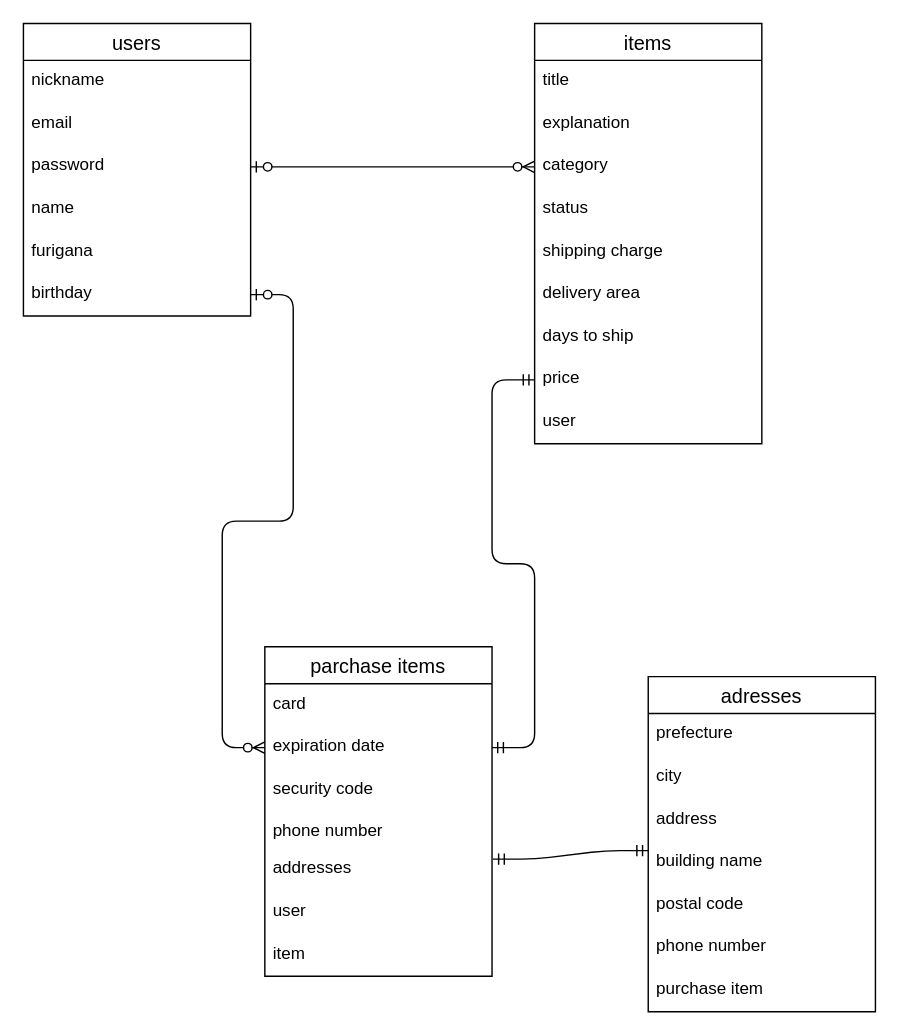
masanaring/furima-31489 keeps this draw.io diagram as database.dio. Above is the earlier version. Source tidied: cells renumbered, new cells numbered last; positions are measured from the earlier drawing's top-left corner, leaving out a move shared by most shapes. Both pictures are drawn from the tidied source at 142%, with x=0, y=0 at pixel (23, 23).
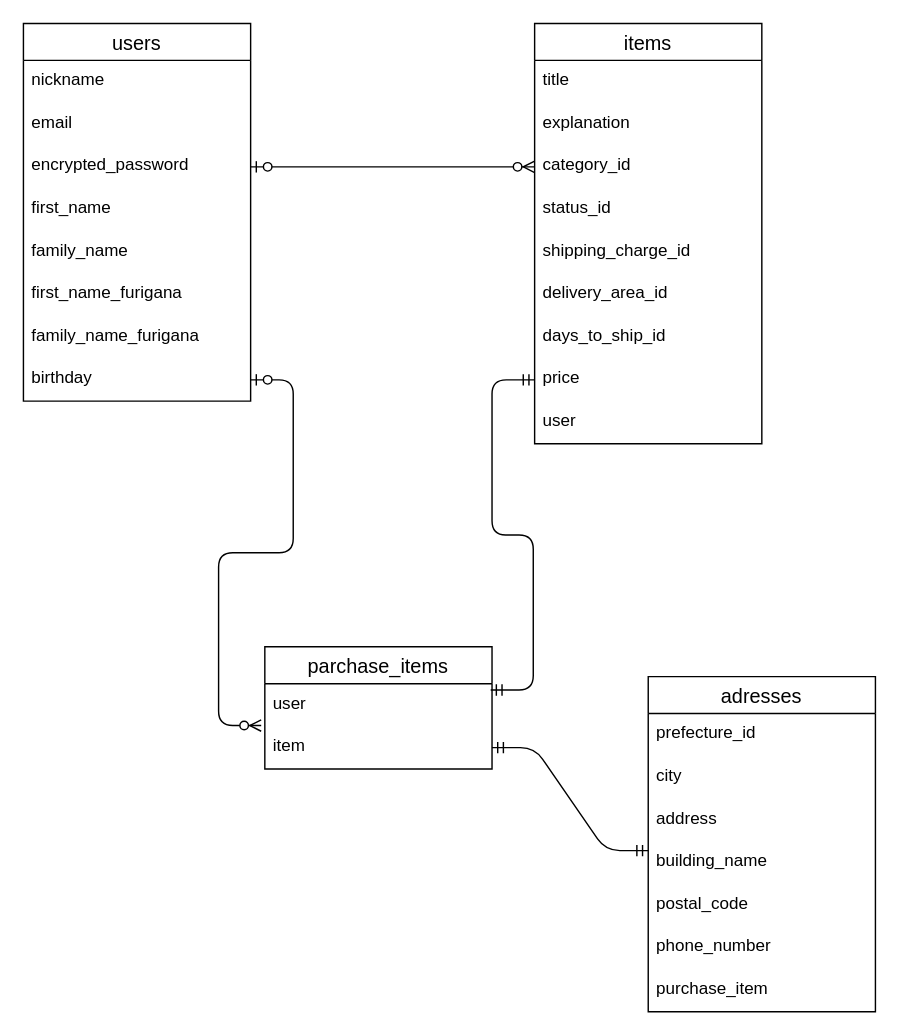
After the change.

Commit message (it also covers changes not shown here):
データベースの設計（修正2回目）

The change refers to these unchanged cells:
```xml
<mxCell id="9" value="items" style="swimlane;fontStyle=0;horizontal=1;startSize=26;align=center;fontSize=14;" parent="1" vertex="1">
  <mxGeometry x="360" width="160" height="296" as="geometry" />
</mxCell>
<mxCell id="17" value="price" style="text;strokeColor=none;fillColor=none;spacingLeft=4;spacingRight=4;overflow=hidden;points=[[0,0.5],[1,0.5]];portConstraint=eastwest;fontSize=12;" parent="9" vertex="1">
  <mxGeometry y="236" width="160" height="30" as="geometry" />
</mxCell>
<mxCell id="30" value="adresses" style="swimlane;fontStyle=0;horizontal=1;startSize=26;align=center;fontSize=14;" parent="1" vertex="1">
  <mxGeometry x="440" y="460" width="160" height="236" as="geometry" />
</mxCell>
```

What changed in the source:
```diff
@@
     <mxCell id="2" value="users" style="swimlane;fontStyle=0;horizontal=1;startSize=26;align=center;fontSize=14;" parent="1" vertex="1">
-      <mxGeometry width="160" height="206" as="geometry" />
+      <mxGeometry width="160" height="266" as="geometry" />
     </mxCell>
@@
-    <mxCell id="5" value="password" style="text;strokeColor=none;fillColor=none;spacingLeft=4;spacingRight=4;overflow=hidden;points=[[0,0.5],[1,0.5]];portConstraint=eastwest;fontSize=12;" parent="2" vertex="1">
+    <mxCell id="5" value="encrypted_password" style="text;strokeColor=none;fillColor=none;spacingLeft=4;spacingRight=4;overflow=hidden;points=[[0,0.5],[1,0.5]];portConstraint=eastwest;fontSize=12;" parent="2" vertex="1">
       <mxGeometry y="86" width="160" height="30" as="geometry" />
     </mxCell>
-    <mxCell id="6" value="name" style="text;strokeColor=none;fillColor=none;spacingLeft=4;spacingRight=4;overflow=hidden;fontSize=12;" parent="2" vertex="1">
+    <mxCell id="6" value="first_name" style="text;strokeColor=none;fillColor=none;spacingLeft=4;spacingRight=4;overflow=hidden;fontSize=12;" parent="2" vertex="1">
       <mxGeometry y="116" width="160" height="30" as="geometry" />
     </mxCell>
+    <mxCell id="39" value="family_name" style="text;strokeColor=none;fillColor=none;spacingLeft=4;spacingRight=4;overflow=hidden;fontSize=12;" parent="2" vertex="1">
+      <mxGeometry y="146" width="160" height="30" as="geometry" />
+    </mxCell>
+    <mxCell id="40" value="first_name_furigana" style="text;strokeColor=none;fillColor=none;spacingLeft=4;spacingRight=4;overflow=hidden;fontSize=12;" parent="2" vertex="1">
+      <mxGeometry y="176" width="160" height="30" as="geometry" />
+    </mxCell>
-    <mxCell id="7" value="furigana" style="text;strokeColor=none;fillColor=none;spacingLeft=4;spacingRight=4;overflow=hidden;fontSize=12;" parent="2" vertex="1">
-      <mxGeometry y="146" width="160" height="30" as="geometry" />
+    <mxCell id="7" value="family_name_furigana" style="text;strokeColor=none;fillColor=none;spacingLeft=4;spacingRight=4;overflow=hidden;fontSize=12;" parent="2" vertex="1">
+      <mxGeometry y="206" width="160" height="30" as="geometry" />
     </mxCell>
     <mxCell id="8" value="birthday" style="text;strokeColor=none;fillColor=none;spacingLeft=4;spacingRight=4;overflow=hidden;points=[[0,0.5],[1,0.5]];portConstraint=eastwest;fontSize=12;" parent="2" vertex="1">
-      <mxGeometry y="176" width="160" height="30" as="geometry" />
+      <mxGeometry y="236" width="160" height="30" as="geometry" />
     </mxCell>
@@
-    <mxCell id="12" value="category" style="text;strokeColor=none;fillColor=none;spacingLeft=4;spacingRight=4;overflow=hidden;points=[[0,0.5],[1,0.5]];portConstraint=eastwest;fontSize=12;" parent="9" vertex="1">
+    <mxCell id="12" value="category_id" style="text;strokeColor=none;fillColor=none;spacingLeft=4;spacingRight=4;overflow=hidden;points=[[0,0.5],[1,0.5]];portConstraint=eastwest;fontSize=12;" parent="9" vertex="1">
       <mxGeometry y="86" width="160" height="30" as="geometry" />
     </mxCell>
-    <mxCell id="13" value="status" style="text;strokeColor=none;fillColor=none;spacingLeft=4;spacingRight=4;overflow=hidden;fontSize=12;" parent="9" vertex="1">
+    <mxCell id="13" value="status_id" style="text;strokeColor=none;fillColor=none;spacingLeft=4;spacingRight=4;overflow=hidden;fontSize=12;" parent="9" vertex="1">
       <mxGeometry y="116" width="160" height="30" as="geometry" />
     </mxCell>
-    <mxCell id="14" value="shipping charge" style="text;strokeColor=none;fillColor=none;spacingLeft=4;spacingRight=4;overflow=hidden;fontSize=12;" parent="9" vertex="1">
+    <mxCell id="14" value="shipping_charge_id" style="text;strokeColor=none;fillColor=none;spacingLeft=4;spacingRight=4;overflow=hidden;fontSize=12;" parent="9" vertex="1">
       <mxGeometry y="146" width="160" height="30" as="geometry" />
     </mxCell>
-    <mxCell id="15" value="delivery area" style="text;strokeColor=none;fillColor=none;spacingLeft=4;spacingRight=4;overflow=hidden;fontSize=12;" parent="9" vertex="1">
+    <mxCell id="15" value="delivery_area_id" style="text;strokeColor=none;fillColor=none;spacingLeft=4;spacingRight=4;overflow=hidden;fontSize=12;" parent="9" vertex="1">
       <mxGeometry y="176" width="160" height="30" as="geometry" />
     </mxCell>
-    <mxCell id="16" value="days to ship" style="text;strokeColor=none;fillColor=none;spacingLeft=4;spacingRight=4;overflow=hidden;fontSize=12;" parent="9" vertex="1">
+    <mxCell id="16" value="days_to_ship_id" style="text;strokeColor=none;fillColor=none;spacingLeft=4;spacingRight=4;overflow=hidden;fontSize=12;" parent="9" vertex="1">
       <mxGeometry y="206" width="160" height="30" as="geometry" />
     </mxCell>
@@
-    <mxCell id="20" style="edgeStyle=entityRelationEdgeStyle;fontSize=12;html=1;endArrow=ERmandOne;startArrow=ERmandOne;entryX=0;entryY=0.217;entryDx=0;entryDy=0;entryPerimeter=0;exitX=1.004;exitY=0.25;exitDx=0;exitDy=0;exitPerimeter=0;" parent="1" edge="1" source="27" target="34">
+    <mxCell id="20" style="edgeStyle=entityRelationEdgeStyle;fontSize=12;html=1;endArrow=ERmandOne;startArrow=ERmandOne;entryX=0;entryY=0.217;entryDx=0;entryDy=0;entryPerimeter=0;exitX=1;exitY=0.5;exitDx=0;exitDy=0;" parent="1" edge="1" source="29" target="34">
       <mxGeometry relative="1" as="geometry" />
     </mxCell>
-    <mxCell id="21" style="edgeStyle=entityRelationEdgeStyle;fontSize=12;html=1;endArrow=ERmandOne;startArrow=ERmandOne;exitX=1;exitY=0.5;exitDx=0;exitDy=0;entryX=0;entryY=0.5;entryDx=0;entryDy=0;" parent="1" edge="1" source="24" target="17">
+    <mxCell id="21" style="edgeStyle=entityRelationEdgeStyle;fontSize=12;html=1;endArrow=ERmandOne;startArrow=ERmandOne;entryX=0;entryY=0.5;entryDx=0;entryDy=0;exitX=0.994;exitY=0.148;exitDx=0;exitDy=0;exitPerimeter=0;" parent="1" edge="1" source="28" target="17">
       <mxGeometry relative="1" as="geometry" />
     </mxCell>
-    <mxCell id="22" value="parchase items" style="swimlane;fontStyle=0;horizontal=1;startSize=26;align=center;fontSize=14;" parent="1" vertex="1">
-      <mxGeometry x="170" y="439" width="160" height="232" as="geometry" />
+    <mxCell id="22" value="parchase_items" style="swimlane;fontStyle=0;horizontal=1;startSize=26;align=center;fontSize=14;" parent="1" vertex="1">
+      <mxGeometry x="170" y="439" width="160" height="86" as="geometry" />
     </mxCell>
-    <mxCell id="23" value="card" style="text;strokeColor=none;fillColor=none;spacingLeft=4;spacingRight=4;overflow=hidden;fontSize=12;" parent="22" vertex="1">
-      <mxGeometry y="26" width="160" height="30" as="geometry" />
-    </mxCell>
-    <mxCell id="24" value="expiration date" style="text;strokeColor=none;fillColor=none;spacingLeft=4;spacingRight=4;overflow=hidden;points=[[0,0.5],[1,0.5]];portConstraint=eastwest;fontSize=12;" parent="22" vertex="1">
-      <mxGeometry y="56" width="160" height="30" as="geometry" />
-    </mxCell>
-    <mxCell id="25" value="security code" style="text;strokeColor=none;fillColor=none;spacingLeft=4;spacingRight=4;overflow=hidden;fontSize=12;" parent="22" vertex="1">
-      <mxGeometry y="86" width="160" height="30" as="geometry" />
-    </mxCell>
-    <mxCell id="26" value="phone number" style="text;strokeColor=none;fillColor=none;spacingLeft=4;spacingRight=4;overflow=hidden;fontSize=12;" parent="22" vertex="1">
-      <mxGeometry y="116" width="160" height="26" as="geometry" />
-    </mxCell>
-    <mxCell id="27" value="addresses" style="text;strokeColor=none;fillColor=none;spacingLeft=4;spacingRight=4;overflow=hidden;points=[[0,0.5],[1,0.5]];portConstraint=eastwest;fontSize=12;" parent="22" vertex="1">
-      <mxGeometry y="142" width="160" height="30" as="geometry" />
-    </mxCell>
     <mxCell id="28" value="user" style="text;strokeColor=none;fillColor=none;spacingLeft=4;spacingRight=4;overflow=hidden;points=[[0,0.5],[1,0.5]];portConstraint=eastwest;fontSize=12;" parent="22" vertex="1">
-      <mxGeometry y="172" width="160" height="30" as="geometry" />
+      <mxGeometry y="26" width="160" height="30" as="geometry" />
     </mxCell>
     <mxCell id="29" value="item" style="text;strokeColor=none;fillColor=none;spacingLeft=4;spacingRight=4;overflow=hidden;points=[[0,0.5],[1,0.5]];portConstraint=eastwest;fontSize=12;" parent="22" vertex="1">
-      <mxGeometry y="202" width="160" height="30" as="geometry" />
+      <mxGeometry y="56" width="160" height="30" as="geometry" />
     </mxCell>
@@
-    <mxCell id="31" value="prefecture" style="text;strokeColor=none;fillColor=none;spacingLeft=4;spacingRight=4;overflow=hidden;fontSize=12;" parent="30" vertex="1">
+    <mxCell id="31" value="prefecture_id" style="text;strokeColor=none;fillColor=none;spacingLeft=4;spacingRight=4;overflow=hidden;fontSize=12;" parent="30" vertex="1">
       <mxGeometry y="26" width="160" height="30" as="geometry" />
     </mxCell>
@@
-    <mxCell id="34" value="building name" style="text;strokeColor=none;fillColor=none;spacingLeft=4;spacingRight=4;overflow=hidden;points=[[0,0.5],[1,0.5]];portConstraint=eastwest;fontSize=12;" parent="30" vertex="1">
+    <mxCell id="34" value="building_name" style="text;strokeColor=none;fillColor=none;spacingLeft=4;spacingRight=4;overflow=hidden;points=[[0,0.5],[1,0.5]];portConstraint=eastwest;fontSize=12;" parent="30" vertex="1">
       <mxGeometry y="116" width="160" height="30" as="geometry" />
     </mxCell>
-    <mxCell id="35" value="postal code" style="text;strokeColor=none;fillColor=none;spacingLeft=4;spacingRight=4;overflow=hidden;fontSize=12;" parent="30" vertex="1">
+    <mxCell id="35" value="postal_code" style="text;strokeColor=none;fillColor=none;spacingLeft=4;spacingRight=4;overflow=hidden;fontSize=12;" parent="30" vertex="1">
       <mxGeometry y="146" width="160" height="30" as="geometry" />
     </mxCell>
-    <mxCell id="36" value="phone number" style="text;strokeColor=none;fillColor=none;spacingLeft=4;spacingRight=4;overflow=hidden;fontSize=12;" parent="30" vertex="1">
+    <mxCell id="36" value="phone_number" style="text;strokeColor=none;fillColor=none;spacingLeft=4;spacingRight=4;overflow=hidden;fontSize=12;" parent="30" vertex="1">
       <mxGeometry y="176" width="160" height="30" as="geometry" />
     </mxCell>
-    <mxCell id="37" value="purchase item" style="text;strokeColor=none;fillColor=none;spacingLeft=4;spacingRight=4;overflow=hidden;fontSize=12;" parent="30" vertex="1">
+    <mxCell id="37" value="purchase_item" style="text;strokeColor=none;fillColor=none;spacingLeft=4;spacingRight=4;overflow=hidden;fontSize=12;" parent="30" vertex="1">
       <mxGeometry y="206" width="160" height="30" as="geometry" />
     </mxCell>
-    <mxCell id="38" style="edgeStyle=entityRelationEdgeStyle;fontSize=12;html=1;endArrow=ERzeroToMany;startArrow=ERzeroToOne;exitX=1;exitY=0.5;exitDx=0;exitDy=0;entryX=0;entryY=0.5;entryDx=0;entryDy=0;" parent="1" edge="1" source="8" target="24">
+    <mxCell id="38" style="edgeStyle=entityRelationEdgeStyle;fontSize=12;html=1;endArrow=ERzeroToMany;startArrow=ERzeroToOne;exitX=1;exitY=0.5;exitDx=0;exitDy=0;entryX=-0.016;entryY=-0.018;entryDx=0;entryDy=0;entryPerimeter=0;" parent="1" edge="1" source="8" target="29">
       <mxGeometry relative="1" as="geometry" />
     </mxCell>
```
